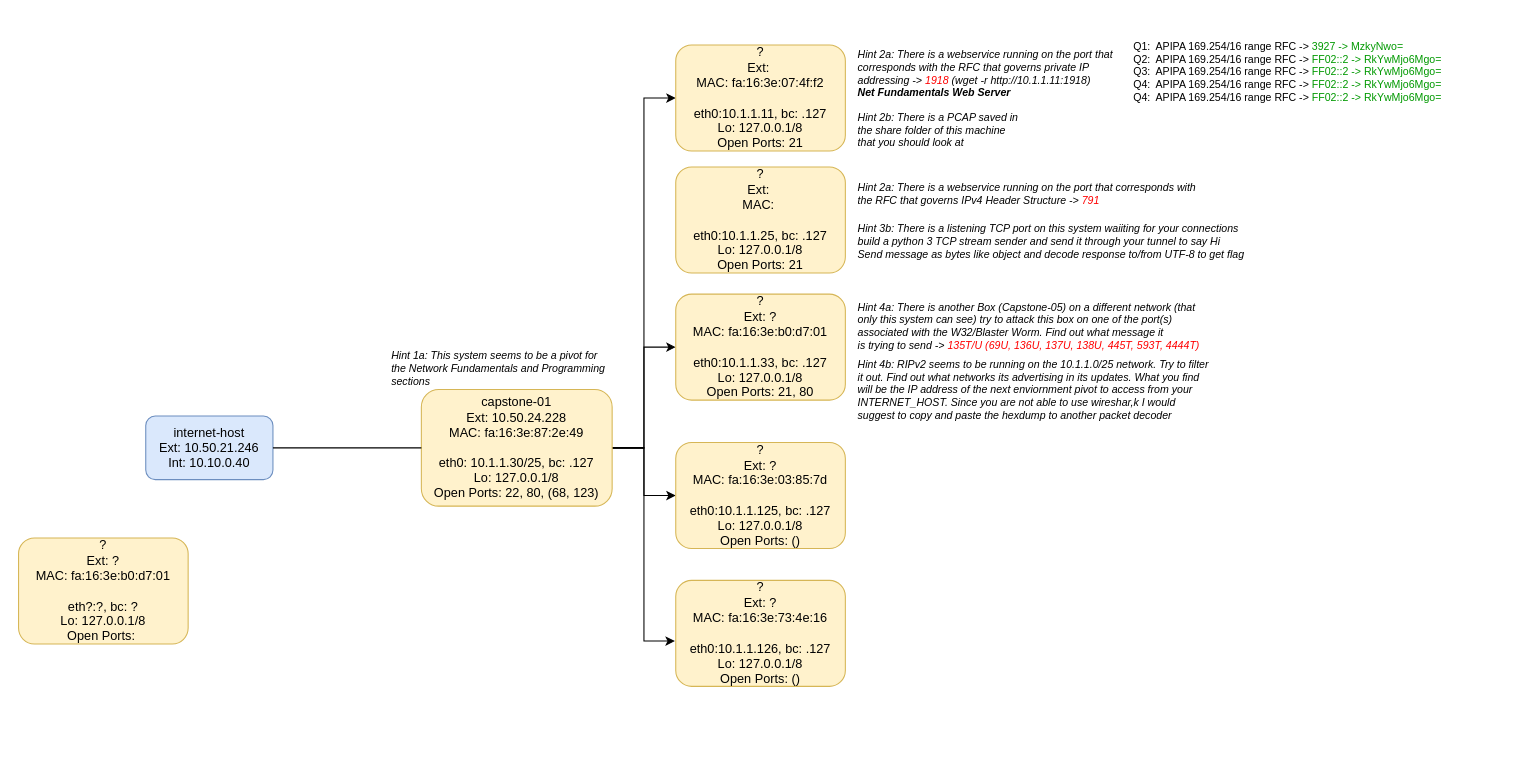
The draw.io diagram ctf/Capstone1.drawio in abfarr/cctc, before the edit. Source tidied: cells renumbered, new cells numbered last; positions are measured from the earlier drawing's top-left corner, leaving out a move shared by most shapes. Both pictures are drawn from the tidied source at 106%, with x=0, y=0 at pixel (18, 34).
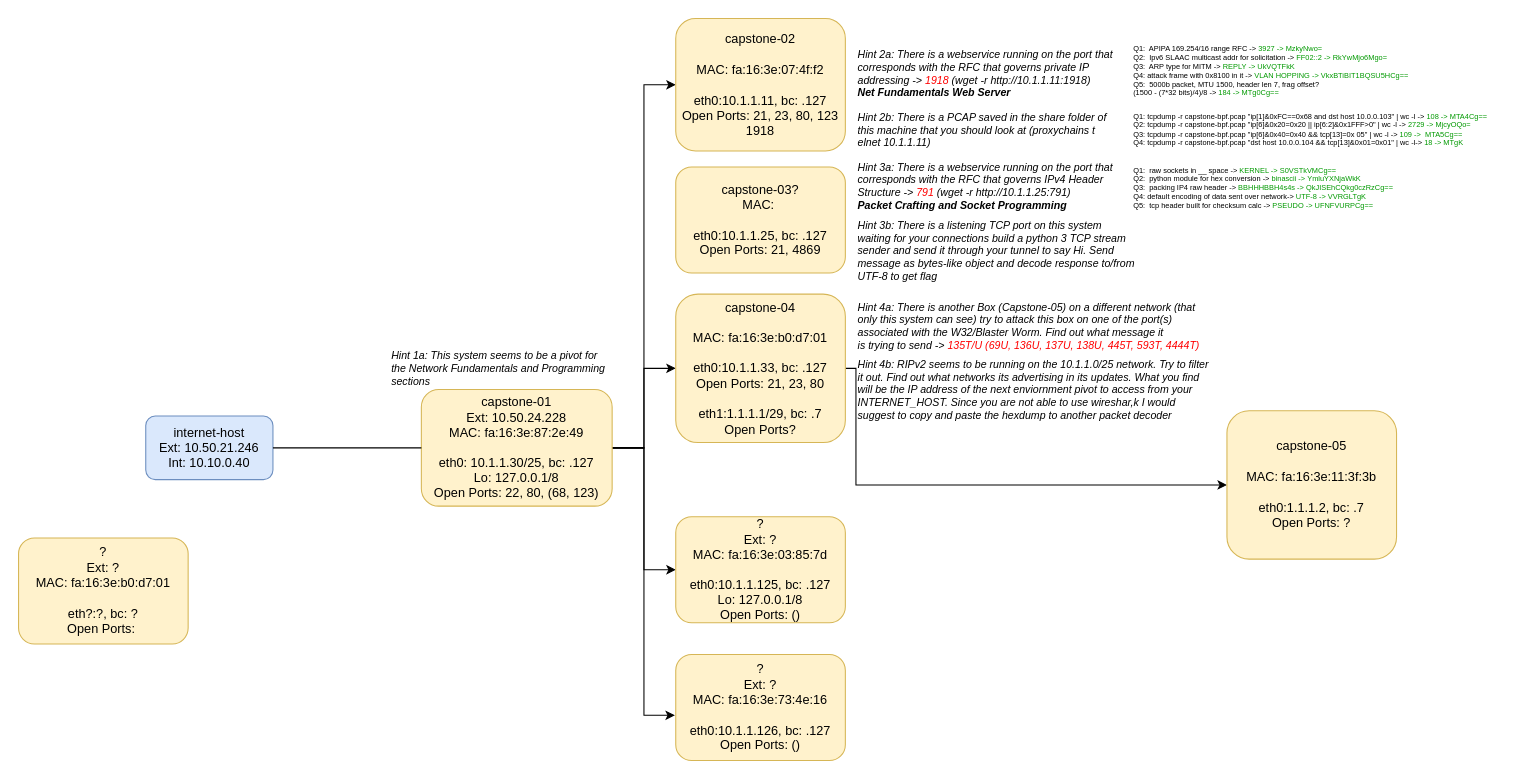
Above is the later version.

What changed in the source:
```diff
@@
+    <mxCell id="23" style="edgeStyle=orthogonalEdgeStyle;rounded=0;jettySize=auto;html=1;exitX=1;exitY=0.5;exitDx=0;exitDy=0;entryX=0;entryY=0.5;entryDx=0;entryDy=0;fontSize=12;fontColor=#000000;" parent="1" edge="1" source="8" target="26">
+      <mxGeometry relative="1" as="geometry">
+        <Array as="points">
+          <mxPoint x="790" y="315" />
+          <mxPoint x="790" y="425" />
+        </Array>
+      </mxGeometry>
+    </mxCell>
-    <mxCell id="8" value="?&lt;br&gt;Ext: ?&lt;br&gt;MAC:&amp;nbsp;fa:16:3e:b0:d7:01&lt;br&gt;&lt;br&gt;eth0:10.1.1.33, bc: .127&lt;br&gt;Lo: 127.0.0.1/8&lt;br&gt;Open Ports: 21, 80" style="rounded=1;whiteSpace=wrap;html=1;fillColor=#fff2cc;strokeColor=#d6b656;" parent="1" vertex="1">
-      <mxGeometry x="620" y="245" width="160" height="100" as="geometry" />
+    <mxCell id="8" value="capstone-04&lt;br&gt;&lt;br&gt;MAC:&amp;nbsp;fa:16:3e:b0:d7:01&lt;br&gt;&lt;br&gt;eth0:10.1.1.33, bc: .127&lt;br&gt;Open Ports: 21, 23, 80&lt;br&gt;&lt;br&gt;eth1:1.1.1.1/29, bc: .7&lt;br&gt;Open Ports?" style="rounded=1;whiteSpace=wrap;html=1;fillColor=#fff2cc;strokeColor=#d6b656;" parent="1" vertex="1">
+      <mxGeometry x="620" y="245" width="160" height="140" as="geometry" />
     </mxCell>
@@
-    <mxCell id="10" value="?&lt;br&gt;Ext: ?&lt;br&gt;MAC:&amp;nbsp;fa:16:3e:b0:d7:01&lt;br&gt;&lt;br&gt;eth?:?, bc: ?&lt;br&gt;Lo: 127.0.0.1/8&lt;br&gt;Open Ports:&amp;nbsp;" style="rounded=1;whiteSpace=wrap;html=1;fillColor=#fff2cc;strokeColor=#d6b656;" parent="1" vertex="1">
+    <mxCell id="10" value="?&lt;br&gt;Ext: ?&lt;br&gt;MAC:&amp;nbsp;fa:16:3e:b0:d7:01&lt;br&gt;&lt;br&gt;eth?:?, bc: ?&lt;br&gt;Open Ports:&amp;nbsp;" style="rounded=1;whiteSpace=wrap;html=1;fillColor=#fff2cc;strokeColor=#d6b656;" parent="1" vertex="1">
       <mxGeometry y="475" width="160" height="100" as="geometry" />
     </mxCell>
-    <mxCell id="11" value="?&lt;br&gt;Ext:&amp;nbsp;&lt;br&gt;MAC: fa:16:3e:07:4f:f2&lt;br&gt;&lt;br&gt;eth0:10.1.1.11, bc: .127&lt;br&gt;Lo: 127.0.0.1/8&lt;br&gt;Open Ports: 21" style="rounded=1;whiteSpace=wrap;html=1;fillColor=#fff2cc;strokeColor=#d6b656;" parent="1" vertex="1">
-      <mxGeometry x="620" y="10" width="160" height="100" as="geometry" />
+    <mxCell id="11" value="capstone-02&lt;br&gt;&lt;br&gt;MAC: fa:16:3e:07:4f:f2&lt;br&gt;&lt;br&gt;eth0:10.1.1.11, bc: .127&lt;br&gt;Open Ports: 21, 23, 80, 123 1918" style="rounded=1;whiteSpace=wrap;html=1;fillColor=#fff2cc;strokeColor=#d6b656;" parent="1" vertex="1">
+      <mxGeometry x="620" y="-15" width="160" height="125" as="geometry" />
     </mxCell>
     <mxCell id="12" value="?&lt;br&gt;Ext: ?&lt;br&gt;MAC: fa:16:3e:03:85:7d&lt;br&gt;&lt;br&gt;eth0:10.1.1.125, bc: .127&lt;br&gt;Lo: 127.0.0.1/8&lt;br&gt;Open Ports: ()" style="rounded=1;whiteSpace=wrap;html=1;fillColor=#fff2cc;strokeColor=#d6b656;" parent="1" vertex="1">
-      <mxGeometry x="620" y="385" width="160" height="100" as="geometry" />
+      <mxGeometry x="620" y="455" width="160" height="100" as="geometry" />
     </mxCell>
-    <mxCell id="13" value="?&lt;br&gt;Ext: ?&lt;br&gt;MAC:&amp;nbsp;fa:16:3e:73:4e:16&lt;br&gt;&lt;br&gt;eth0:10.1.1.126, bc: .127&lt;br&gt;Lo: 127.0.0.1/8&lt;br&gt;Open Ports: ()" style="rounded=1;whiteSpace=wrap;html=1;fillColor=#fff2cc;strokeColor=#d6b656;" parent="1" vertex="1">
-      <mxGeometry x="620" y="515" width="160" height="100" as="geometry" />
+    <mxCell id="13" value="?&lt;br&gt;Ext: ?&lt;br&gt;MAC:&amp;nbsp;fa:16:3e:73:4e:16&lt;br&gt;&lt;br&gt;eth0:10.1.1.126, bc: .127&lt;br&gt;Open Ports: ()" style="rounded=1;whiteSpace=wrap;html=1;fillColor=#fff2cc;strokeColor=#d6b656;" parent="1" vertex="1">
+      <mxGeometry x="620" y="585" width="160" height="100" as="geometry" />
     </mxCell>
-    <mxCell id="14" value="?&lt;br&gt;Ext:&amp;nbsp;&lt;br&gt;MAC:&amp;nbsp;&lt;br&gt;&lt;br&gt;eth0:10.1.1.25, bc: .127&lt;br&gt;Lo: 127.0.0.1/8&lt;br&gt;Open Ports: 21" style="rounded=1;whiteSpace=wrap;html=1;fillColor=#fff2cc;strokeColor=#d6b656;" parent="1" vertex="1">
+    <mxCell id="14" value="capstone-03?&lt;br&gt;MAC:&amp;nbsp;&lt;br&gt;&lt;br&gt;eth0:10.1.1.25, bc: .127&lt;br&gt;Open Ports: 21, 4869" style="rounded=1;whiteSpace=wrap;html=1;fillColor=#fff2cc;strokeColor=#d6b656;" parent="1" vertex="1">
       <mxGeometry x="620" y="125" width="160" height="100" as="geometry" />
     </mxCell>
@@
-    <mxCell id="16" value="Hint 2b: There is a PCAP saved in &lt;br style=&quot;font-size: 10px&quot;&gt;the share folder of this machine &lt;br style=&quot;font-size: 10px&quot;&gt;that you should look at&amp;nbsp;" style="text;html=1;align=left;verticalAlign=middle;strokeColor=none;fillColor=none;fontStyle=2;fontSize=10;" parent="1" vertex="1">
-      <mxGeometry x="790" y="70" width="170" height="40" as="geometry" />
+    <mxCell id="16" value="Hint 2b: There is a PCAP saved in the share folder of &lt;br&gt;this machine that you should look at (proxychains t&lt;br&gt;elnet 10.1.1.11)" style="text;html=1;align=left;verticalAlign=middle;strokeColor=none;fillColor=none;fontStyle=2;fontSize=10;" parent="1" vertex="1">
+      <mxGeometry x="790" y="70" width="250" height="40" as="geometry" />
     </mxCell>
-    <mxCell id="17" value="Hint 2a: There is a webservice running on the port that corresponds with&amp;nbsp;&lt;br&gt;the RFC that governs IPv4 Header Structure -&amp;gt; &lt;font color=&quot;#ff0000&quot;&gt;791&lt;/font&gt;" style="text;html=1;align=left;verticalAlign=middle;strokeColor=none;fillColor=none;fontStyle=2;fontSize=10;" parent="1" vertex="1">
-      <mxGeometry x="790" y="135" width="340" height="30" as="geometry" />
+    <mxCell id="17" value="Hint 3a: There is a webservice running on the port that &lt;br&gt;corresponds with&amp;nbsp;the RFC that governs IPv4 Header &lt;br&gt;Structure -&amp;gt; &lt;font color=&quot;#ff0000&quot;&gt;791 &lt;/font&gt;(wget -r http://10.1.1.25:791)&lt;b&gt;&lt;br&gt;Packet Crafting and Socket Programming&lt;/b&gt;" style="text;html=1;align=left;verticalAlign=middle;strokeColor=none;fillColor=none;fontStyle=2;fontSize=10;" parent="1" vertex="1">
+      <mxGeometry x="790" y="118" width="260" height="50" as="geometry" />
     </mxCell>
-    <mxCell id="18" value="Hint 3b: There is a listening TCP port on this system waiiting for your connections&lt;br&gt;build a python 3 TCP stream sender and send it through your tunnel to say Hi&lt;br&gt;Send message as bytes like object and&amp;nbsp;decode response to/from UTF-8 to get flag&amp;nbsp;" style="text;html=1;align=left;verticalAlign=middle;strokeColor=none;fillColor=none;fontStyle=2;fontSize=10;" parent="1" vertex="1">
-      <mxGeometry x="790" y="175" width="380" height="40" as="geometry" />
+    <mxCell id="18" value="Hint 3b: There is a listening TCP port on this system &lt;br&gt;waiting for your connections build a python 3 TCP stream &lt;br&gt;sender and send it through your tunnel to say Hi. Send &lt;br&gt;message as bytes-like object and&amp;nbsp;decode response to/from &lt;br&gt;UTF-8 to get flag&amp;nbsp;" style="text;html=1;align=left;verticalAlign=middle;strokeColor=none;fillColor=none;fontStyle=2;fontSize=10;" parent="1" vertex="1">
+      <mxGeometry x="790" y="169" width="280" height="70" as="geometry" />
     </mxCell>
@@
-    <mxCell id="22" value="&lt;font color=&quot;#000000&quot;&gt;Q1:&amp;nbsp; APIPA 169.254/16 range RFC -&amp;gt;&lt;/font&gt;&lt;font color=&quot;#009900&quot;&gt;&amp;nbsp;3927 -&amp;gt; MzkyNwo=&lt;br&gt;&lt;/font&gt;&lt;font color=&quot;#000000&quot;&gt;Q2:&amp;nbsp; APIPA 169.254/16 range RFC -&amp;gt;&lt;/font&gt;&lt;font color=&quot;#009900&quot;&gt;&amp;nbsp;FF02::2 -&amp;gt;&amp;nbsp;&lt;/font&gt;&lt;font color=&quot;#009900&quot;&gt;RkYwMjo6Mgo=&lt;br&gt;&lt;/font&gt;&lt;font color=&quot;#000000&quot;&gt;Q3:&amp;nbsp; APIPA 169.254/16 range RFC -&amp;gt;&lt;/font&gt;&lt;font color=&quot;#009900&quot;&gt;&amp;nbsp;FF02::2 -&amp;gt;&amp;nbsp;&lt;/font&gt;&lt;font color=&quot;#009900&quot;&gt;RkYwMjo6Mgo=&lt;br&gt;&lt;/font&gt;&lt;font color=&quot;#000000&quot;&gt;Q4:&amp;nbsp; APIPA 169.254/16 range RFC -&amp;gt;&lt;/font&gt;&lt;font color=&quot;#009900&quot;&gt;&amp;nbsp;FF02::2 -&amp;gt;&amp;nbsp;&lt;/font&gt;&lt;font color=&quot;#009900&quot;&gt;RkYwMjo6Mgo=&lt;br&gt;&lt;/font&gt;&lt;font color=&quot;#000000&quot;&gt;Q4:&amp;nbsp; APIPA 169.254/16 range RFC -&amp;gt;&lt;/font&gt;&lt;font color=&quot;#009900&quot;&gt;&amp;nbsp;FF02::2 -&amp;gt;&amp;nbsp;&lt;/font&gt;&lt;font color=&quot;#009900&quot;&gt;RkYwMjo6Mgo=&lt;/font&gt;&lt;font color=&quot;#009900&quot;&gt;&lt;br&gt;&lt;/font&gt;" style="text;html=1;align=left;verticalAlign=middle;strokeColor=none;fillColor=none;fontSize=10;fontColor=#FF0000;" parent="1" vertex="1">
-      <mxGeometry x="1050" width="310" height="70" as="geometry" />
+    <mxCell id="22" value="&lt;font color=&quot;#000000&quot; style=&quot;font-size: 7px&quot;&gt;Q1:&amp;nbsp; APIPA 169.254/16 range RFC -&amp;gt;&lt;/font&gt;&lt;font color=&quot;#009900&quot; style=&quot;font-size: 7px&quot;&gt;&amp;nbsp;3927 -&amp;gt; MzkyNwo=&lt;br style=&quot;font-size: 7px&quot;&gt;&lt;/font&gt;&lt;font color=&quot;#000000&quot; style=&quot;font-size: 7px&quot;&gt;Q2:&amp;nbsp; Ipv6 SLAAC multicast addr for solicitation -&amp;gt;&lt;/font&gt;&lt;font color=&quot;#009900&quot; style=&quot;font-size: 7px&quot;&gt;&amp;nbsp;FF02::2 -&amp;gt;&amp;nbsp;&lt;/font&gt;&lt;font color=&quot;#009900&quot; style=&quot;font-size: 7px&quot;&gt;RkYwMjo6Mgo=&lt;br style=&quot;font-size: 7px&quot;&gt;&lt;/font&gt;&lt;font color=&quot;#000000&quot; style=&quot;font-size: 7px&quot;&gt;Q3:&amp;nbsp; ARP type for MITM -&amp;gt;&lt;/font&gt;&lt;font color=&quot;#009900&quot; style=&quot;font-size: 7px&quot;&gt;&amp;nbsp;REPLY -&amp;gt;&amp;nbsp;&lt;/font&gt;&lt;font color=&quot;#009900&quot; style=&quot;font-size: 7px&quot;&gt;UkVQTFkK&lt;br style=&quot;font-size: 7px&quot;&gt;&lt;/font&gt;&lt;font color=&quot;#000000&quot; style=&quot;font-size: 7px&quot;&gt;Q4: attack frame with 0x8100 in it -&amp;gt;&lt;/font&gt;&lt;font color=&quot;#009900&quot; style=&quot;font-size: 7px&quot;&gt;&amp;nbsp;VLAN HOPPING -&amp;gt;&amp;nbsp;&lt;/font&gt;&lt;font color=&quot;#009900&quot; style=&quot;font-size: 7px&quot;&gt;VkxBTiBIT1BQSU5HCg==&lt;br style=&quot;font-size: 7px&quot;&gt;&lt;/font&gt;&lt;font color=&quot;#000000&quot; style=&quot;font-size: 7px&quot;&gt;Q5:&amp;nbsp; 5000b packet, MTU 1500, header len 7, frag offset? &lt;br style=&quot;font-size: 7px&quot;&gt;(1500 - (7*32 bits)/4)/8 -&amp;gt;&lt;/font&gt;&lt;font color=&quot;#009900&quot; style=&quot;font-size: 7px&quot;&gt;&amp;nbsp;184 -&amp;gt;&amp;nbsp;&lt;/font&gt;&lt;font color=&quot;#009900&quot; style=&quot;font-size: 7px&quot;&gt;MTg0Cg==&lt;br style=&quot;font-size: 7px&quot;&gt;&lt;/font&gt;" style="text;html=1;align=left;verticalAlign=middle;strokeColor=none;fillColor=none;fontSize=7;fontColor=#FF0000;" parent="1" vertex="1">
+      <mxGeometry x="1050" y="10" width="280" height="50" as="geometry" />
     </mxCell>
+    <mxCell id="24" value="&lt;font color=&quot;#000000&quot; style=&quot;font-size: 7px&quot;&gt;Q1:&amp;nbsp;&lt;span style=&quot;font-size: 7px&quot;&gt;tcpdump -r capstone-bpf.pcap &quot;ip[1]&amp;amp;0xFC==0x68 and dst host&amp;nbsp;&lt;/span&gt;&lt;span style=&quot;font-size: 7px&quot;&gt;10.0.0.103&quot; | wc -l&lt;/span&gt;&amp;nbsp;-&amp;gt;&lt;/font&gt;&lt;font color=&quot;#009900&quot; style=&quot;font-size: 7px&quot;&gt;&amp;nbsp;108 -&amp;gt; MTA4Cg==&lt;br style=&quot;font-size: 7px&quot;&gt;&lt;/font&gt;&lt;font color=&quot;#000000&quot; style=&quot;font-size: 7px&quot;&gt;Q2: tcpdump -r capstone-bpf.pcap &quot;ip[6]&amp;amp;0x20=0x20 || ip[6:2]&amp;amp;0x1FFF&amp;gt;0&quot; | wc -l&amp;nbsp;-&amp;gt;&lt;/font&gt;&lt;font color=&quot;#009900&quot; style=&quot;font-size: 7px&quot;&gt;&amp;nbsp;2729 -&amp;gt;&amp;nbsp;&lt;/font&gt;&lt;font color=&quot;#009900&quot; style=&quot;font-size: 7px&quot;&gt;MjcyOQo=&lt;br style=&quot;font-size: 7px&quot;&gt;&lt;/font&gt;&lt;font color=&quot;#000000&quot; style=&quot;font-size: 7px&quot;&gt;Q3:&amp;nbsp;&lt;span style=&quot;font-size: 7px&quot;&gt;tcpdump -r capstone-bpf.pcap &quot;ip[6]&amp;amp;0x40=0x40 &amp;amp;&amp;amp; tcp[13]=0x&amp;nbsp;&lt;/span&gt;&lt;span style=&quot;font-size: 7px&quot;&gt;05&quot; | wc -l&amp;nbsp;&lt;/span&gt;-&amp;gt;&lt;/font&gt;&lt;font color=&quot;#009900&quot; style=&quot;font-size: 7px&quot;&gt;&amp;nbsp;109 -&amp;gt;&amp;nbsp;&amp;nbsp;&lt;/font&gt;&lt;font color=&quot;#009900&quot; style=&quot;font-size: 7px&quot;&gt;MTA5Cg==&lt;br style=&quot;font-size: 7px&quot;&gt;&lt;/font&gt;&lt;font color=&quot;#000000&quot; style=&quot;font-size: 7px&quot;&gt;Q4:&amp;nbsp;&lt;span style=&quot;font-size: 7px&quot;&gt;tcpdump -r capstone-bpf.pcap &quot;dst host 10.0.0.104 &amp;amp;&amp;amp; tcp[13&lt;/span&gt;&lt;span style=&quot;font-size: 7px&quot;&gt;]&amp;amp;0x01=0x01&quot; | wc -l&lt;/span&gt;-&amp;gt;&lt;/font&gt;&lt;font color=&quot;#009900&quot; style=&quot;font-size: 7px&quot;&gt;&amp;nbsp;18 -&amp;gt;&amp;nbsp;&lt;/font&gt;&lt;font color=&quot;#009900&quot; style=&quot;font-size: 7px&quot;&gt;MTgK&lt;br style=&quot;font-size: 7px&quot;&gt;&lt;/font&gt;" style="text;html=1;align=left;verticalAlign=middle;strokeColor=none;fillColor=none;fontSize=7;fontColor=#FF0000;" parent="1" vertex="1">
+      <mxGeometry x="1050" y="70" width="350" height="40" as="geometry" />
+    </mxCell>
+    <mxCell id="25" value="&lt;font color=&quot;#000000&quot; style=&quot;font-size: 7px;&quot;&gt;Q1:&amp;nbsp; raw sockets in __ space -&amp;gt;&lt;/font&gt;&lt;font color=&quot;#009900&quot; style=&quot;font-size: 7px;&quot;&gt;&amp;nbsp;KERNEL -&amp;gt; S0VSTkVMCg==&lt;br style=&quot;font-size: 7px;&quot;&gt;&lt;/font&gt;&lt;font color=&quot;#000000&quot; style=&quot;font-size: 7px;&quot;&gt;Q2:&amp;nbsp; python module for hex conversion -&amp;gt;&lt;/font&gt;&lt;font color=&quot;#009900&quot; style=&quot;font-size: 7px;&quot;&gt;&amp;nbsp;binascii -&amp;gt;&amp;nbsp;&lt;/font&gt;&lt;font color=&quot;#009900&quot; style=&quot;font-size: 7px;&quot;&gt;YmluYXNjaWkK&lt;br style=&quot;font-size: 7px;&quot;&gt;&lt;/font&gt;&lt;font color=&quot;#000000&quot; style=&quot;font-size: 7px;&quot;&gt;Q3:&amp;nbsp; packing IP4 raw header -&amp;gt;&lt;/font&gt;&lt;font color=&quot;#009900&quot; style=&quot;font-size: 7px;&quot;&gt;&amp;nbsp;BBHHHBBH4s4s -&amp;gt;&amp;nbsp;&lt;/font&gt;&lt;font color=&quot;#009900&quot; style=&quot;font-size: 7px;&quot;&gt;QkJISEhCQkg0czRzCg==&lt;br style=&quot;font-size: 7px;&quot;&gt;&lt;/font&gt;&lt;font color=&quot;#000000&quot; style=&quot;font-size: 7px;&quot;&gt;Q4: default encoding of data sent over network-&amp;gt;&lt;/font&gt;&lt;font color=&quot;#009900&quot; style=&quot;font-size: 7px;&quot;&gt;&amp;nbsp;UTF-8 -&amp;gt;&amp;nbsp;&lt;/font&gt;&lt;font color=&quot;#009900&quot; style=&quot;font-size: 7px;&quot;&gt;VVRGLTgK&lt;br style=&quot;font-size: 7px;&quot;&gt;&lt;/font&gt;&lt;font color=&quot;#000000&quot; style=&quot;font-size: 7px;&quot;&gt;Q5:&amp;nbsp; tcp header built for checksum calc&amp;nbsp;-&amp;gt;&lt;/font&gt;&lt;font color=&quot;#009900&quot; style=&quot;font-size: 7px;&quot;&gt;&amp;nbsp;PSEUDO -&amp;gt;&amp;nbsp;&lt;/font&gt;&lt;font color=&quot;#009900&quot; style=&quot;font-size: 7px;&quot;&gt;UFNFVURPCg==&lt;br style=&quot;font-size: 7px;&quot;&gt;&lt;/font&gt;" style="text;html=1;align=left;verticalAlign=middle;strokeColor=none;fillColor=none;fontSize=7;fontColor=#FF0000;" parent="1" vertex="1">
+      <mxGeometry x="1050" y="120" width="260" height="50" as="geometry" />
+    </mxCell>
+    <mxCell id="26" value="capstone-05&lt;br&gt;&lt;br&gt;MAC:&amp;nbsp;fa:16:3e:11:3f:3b&lt;br&gt;&lt;br&gt;eth0:1.1.1.2, bc: .7&lt;br&gt;Open Ports: ?" style="rounded=1;whiteSpace=wrap;html=1;fillColor=#fff2cc;strokeColor=#d6b656;" parent="1" vertex="1">
+      <mxGeometry x="1140" y="355" width="160" height="140" as="geometry" />
+    </mxCell>
```
